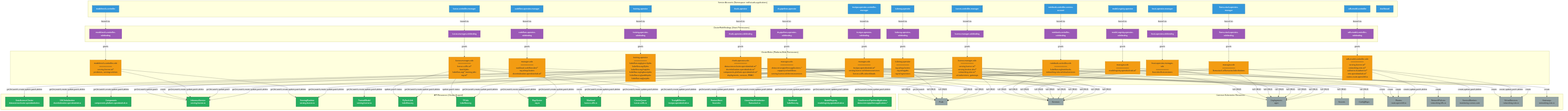
Earlier version of the Mermaid export architecture/rhoai-2.25/diagrams/platform-rbac.png (rhuss/architecture-context). Its source is kept beside it as architecture/rhoai-2.25/diagrams/platform-rbac.mmd.
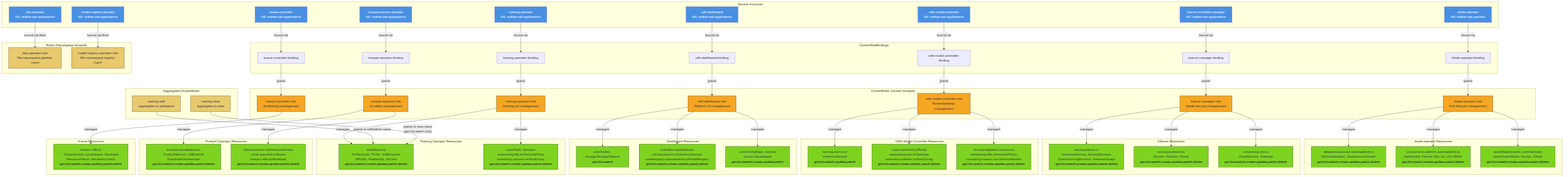
Above is the later version.

What changed in the source:
```diff
@@ -1,293 +1,167 @@
-graph TB
-    subgraph "Service Accounts (Namespace: redhat-ods-applications)"
-        SA_RHODS[rhods-operator]
-        SA_KServe[kserve-controller-manager]
-        SA_ModelCtl[odh-model-controller]
-        SA_ModelMesh[modelmesh-controller]
-        SA_Pipelines[ds-pipelines-operator]
-        SA_ModelReg[model-registry-operator]
-        SA_Training[training-operator]
-        SA_CodeFlare[codeflare-operator-manager]
-        SA_KubeRay[kuberay-operator]
-        SA_Kueue[kueue-controller-manager]
-        SA_TrustyAI[trustyai-operator-controller-manager]
-        SA_Feast[feast-operator-manager]
-        SA_LlamaStack[llama-stack-operator-manager]
-        SA_Notebook[notebook-controller-service-account]
-        SA_Dashboard[dashboard]
+
+graph TD
+    subgraph ServiceAccounts["Service Accounts"]
+        SA_Rhods["rhods-operator<br/>NS: redhat-ods-operator"]
+        SA_Dashboard["odh-dashboard<br/>NS: redhat-ods-applications"]
+        SA_KServe["kserve-controller-manager<br/>NS: redhat-ods-applications"]
+        SA_ODHModel["odh-model-controller<br/>NS: redhat-ods-applications"]
+        SA_Training["training-operator<br/>NS: redhat-ods-applications"]
+        SA_TrustyAI["trustyai-service-operator<br/>NS: redhat-ods-applications"]
+        SA_Kueue["kueue-controller<br/>NS: redhat-ods-applications"]
+        SA_DSP["dsp-operator<br/>NS: redhat-ods-applications"]
+        SA_ModelReg["model-registry-operator<br/>NS: redhat-ods-applications"]
     end
 
-    subgraph "ClusterRoles (Platform-Wide Permissions)"
-        CR_RHODS[rhods-operator-role<br/>═════════<br/>datasciencecluster.opendatahub.io/*<br/>dscinitialization.opendatahub.io/*<br/>components.platform.opendatahub.io/*<br/>deployments, services, RBAC]
-
-        CR_KServe[kserve-manager-role<br/>═════════<br/>serving.kserve.io/*<br/>serving.knative.dev/*<br/>networking.istio.io/*<br/>virtualservices, gateways]
-
-        CR_ModelCtl[odh-model-controller-role<br/>═════════<br/>serving.kserve.io/*<br/>networking.istio.io/*<br/>authorino.kuadrant.io/*<br/>nim.opendatahub.io/*<br/>routes.route.openshift.io]
-
-        CR_ModelMesh[modelmesh-controller-role<br/>═════════<br/>serving.kserve.io/*<br/>predictors, servingruntimes]
-
-        CR_Pipelines[manager-role<br/>═════════<br/>datasciencepipelinesapplications.*<br/>argoproj.io/workflows<br/>serving.kserve.io/inferenceservices]
-
-        CR_Training[training-operator<br/>═════════<br/>kubeflow.org/pytorchjobs<br/>kubeflow.org/tfjobs<br/>kubeflow.org/mpijobs<br/>kubeflow.org/xgboostjobs<br/>kubeflow.org/paddlejobs<br/>kubeflow.org/jaxjobs]
-
-        CR_CodeFlare[manager-role<br/>═════════<br/>workload.codeflare.dev/*<br/>ray.io/rayclusters<br/>dscinitialization.opendatahub.io/*]
-
-        CR_KubeRay[kuberay-operator<br/>═════════<br/>ray.io/rayclusters<br/>ray.io/rayjobs<br/>ray.io/rayservices]
-
-        CR_Kueue[kueue-manager-role<br/>═════════<br/>kueue.x-k8s.io/*<br/>batch/jobs<br/>kubeflow.org/* training jobs<br/>ray.io/*]
-
-        CR_TrustyAI[manager-role<br/>═════════<br/>trustyai.opendatahub.io/*<br/>serving.kserve.io/inferenceservices<br/>kueue.x-k8s.io/workloads]
-
-        CR_Feast[feast-operator-manager-role<br/>═════════<br/>feast.dev/featurestores]
-
-        CR_LlamaStack[manager-role<br/>═════════<br/>llamastack.io/llamastackdistributions]
-
-        CR_Notebook[notebook-controller-role<br/>═════════<br/>kubeflow.org/notebooks<br/>networking.istio.io/virtualservices]
-
-        CR_ModelReg[manager-role<br/>═════════<br/>modelregistry.opendatahub.io/*]
+    subgraph ClusterRoleBindings["ClusterRoleBindings"]
+        CRB_Rhods["rhods-operator-binding"]
+        CRB_Dashboard["odh-dashboard-binding"]
+        CRB_KServe["kserve-manager-binding"]
+        CRB_ODHModel["odh-model-controller-binding"]
+        CRB_Training["training-operator-binding"]
+        CRB_TrustyAI["trustyai-operator-binding"]
+        CRB_Kueue["kueue-controller-binding"]
     end
 
-    subgraph "ClusterRoleBindings (Grant Permissions)"
-        CRB_RHODS[rhods-operator-rolebinding]
-        CRB_KServe[kserve-manager-rolebinding]
-        CRB_ModelCtl[odh-model-controller-rolebinding]
-        CRB_ModelMesh[modelmesh-controller-rolebinding]
-        CRB_Pipelines[ds-pipelines-operator-rolebinding]
-        CRB_Training[training-operator-rolebinding]
-        CRB_CodeFlare[codeflare-operator-rolebinding]
-        CRB_KubeRay[kuberay-operator-rolebinding]
-        CRB_Kueue[kueue-manager-rolebinding]
-        CRB_TrustyAI[trustyai-operator-rolebinding]
-        CRB_Feast[feast-operator-rolebinding]
-        CRB_LlamaStack[llama-stack-operator-rolebinding]
-        CRB_Notebook[notebook-controller-rolebinding]
-        CRB_ModelReg[model-registry-operator-rolebinding]
+    subgraph ClusterRoles["ClusterRoles (Cluster-Scoped)"]
+        CR_Rhods["rhods-operator-role<br/><i>Full lifecycle management</i>"]
+        CR_Dashboard["odh-dashboard-role<br/><i>Platform UI management</i>"]
+        CR_KServe["kserve-manager-role<br/><i>Model serving management</i>"]
+        CR_ODHModel["odh-model-controller-role<br/><i>Route/Gateway management</i>"]
+        CR_Training["training-operator-role<br/><i>Training job management</i>"]
+        CR_TrustyAI["trustyai-operator-role<br/><i>AI safety management</i>"]
+        CR_Kueue["kueue-controller-role<br/><i>Scheduling management</i>"]
     end
 
-    subgraph "API Resources (Cluster-Scoped)"
-        API_DSC[DataScienceCluster<br/>datasciencecluster.opendatahub.io]
-        API_DSCI[DSCInitialization<br/>dscinitialization.opendatahub.io]
-        API_Components[Components<br/>components.platform.opendatahub.io]
-        API_ISVC[InferenceService<br/>serving.kserve.io]
-        API_Runtime[ServingRuntime<br/>serving.kserve.io]
-        API_TrainedModel[TrainedModel<br/>serving.kserve.io]
-        API_PyTorchJob[PyTorchJob<br/>kubeflow.org]
-        API_TFJob[TFJob<br/>kubeflow.org]
-        API_RayCluster[RayCluster<br/>ray.io]
-        API_Workload[Workload<br/>kueue.x-k8s.io]
-        API_ClusterQueue[ClusterQueue<br/>kueue.x-k8s.io]
-        API_TrustyAI[TrustyAIService<br/>trustyai.opendatahub.io]
-        API_FeatureStore[FeatureStore<br/>feast.dev]
-        API_LlamaStack[LlamaStackDistribution<br/>llamastack.io]
-        API_Notebook[Notebook<br/>kubeflow.org]
-        API_ModelRegistry[ModelRegistry<br/>modelregistry.opendatahub.io]
-        API_DSP[DataSciencePipelinesApplication<br/>datasciencepipelinesapplications.*]
+    subgraph NSRoles["Roles (Namespace-Scoped)"]
+        R_DSP["dsp-operator-role<br/><i>Per-namespace pipeline mgmt</i>"]
+        R_ModelReg["model-registry-operator-role<br/><i>Per-namespace registry mgmt</i>"]
     end
 
-    subgraph "Common Kubernetes Resources"
-        K8s_Pods[Pods]
-        K8s_Services[Services]
-        K8s_Deployments[Deployments<br/>apps]
-        K8s_Secrets[Secrets]
-        K8s_ConfigMaps[ConfigMaps]
-        K8s_Routes[Routes<br/>route.openshift.io]
-        K8s_NetworkPolicies[NetworkPolicies<br/>networking.k8s.io]
-        K8s_ServiceMonitors[ServiceMonitors<br/>monitoring.coreos.com]
-        K8s_VirtualServices[VirtualServices<br/>networking.istio.io]
-        K8s_Gateways[Gateways<br/>networking.istio.io]
+    subgraph AggregatedRoles["Aggregated ClusterRoles"]
+        AGG_TrainEdit["training-edit<br/><i>Aggregates to edit/admin</i>"]
+        AGG_TrainView["training-view<br/><i>Aggregates to view</i>"]
     end
 
-    SA_RHODS -->|bound via| CRB_RHODS
+    SA_Rhods -->|bound via| CRB_Rhods
+    SA_Dashboard -->|bound via| CRB_Dashboard
     SA_KServe -->|bound via| CRB_KServe
-    SA_ModelCtl -->|bound via| CRB_ModelCtl
-    SA_ModelMesh -->|bound via| CRB_ModelMesh
-    SA_Pipelines -->|bound via| CRB_Pipelines
+    SA_ODHModel -->|bound via| CRB_ODHModel
     SA_Training -->|bound via| CRB_Training
-    SA_CodeFlare -->|bound via| CRB_CodeFlare
-    SA_KubeRay -->|bound via| CRB_KubeRay
+    SA_TrustyAI -->|bound via| CRB_TrustyAI
     SA_Kueue -->|bound via| CRB_Kueue
-    SA_TrustyAI -->|bound via| CRB_TrustyAI
-    SA_Feast -->|bound via| CRB_Feast
-    SA_LlamaStack -->|bound via| CRB_LlamaStack
-    SA_Notebook -->|bound via| CRB_Notebook
-    SA_ModelReg -->|bound via| CRB_ModelReg
 
-    CRB_RHODS -->|grants| CR_RHODS
+    CRB_Rhods -->|grants| CR_Rhods
+    CRB_Dashboard -->|grants| CR_Dashboard
     CRB_KServe -->|grants| CR_KServe
-    CRB_ModelCtl -->|grants| CR_ModelCtl
-    CRB_ModelMesh -->|grants| CR_ModelMesh
-    CRB_Pipelines -->|grants| CR_Pipelines
+    CRB_ODHModel -->|grants| CR_ODHModel
     CRB_Training -->|grants| CR_Training
-    CRB_CodeFlare -->|grants| CR_CodeFlare
-    CRB_KubeRay -->|grants| CR_KubeRay
+    CRB_TrustyAI -->|grants| CR_TrustyAI
     CRB_Kueue -->|grants| CR_Kueue
-    CRB_TrustyAI -->|grants| CR_TrustyAI
-    CRB_Feast -->|grants| CR_Feast
-    CRB_LlamaStack -->|grants| CR_LlamaStack
-    CRB_Notebook -->|grants| CR_Notebook
-    CRB_ModelReg -->|grants| CR_ModelReg
 
-    CR_RHODS -->|get,list,watch,create,update,patch,delete| API_DSC
-    CR_RHODS -->|get,list,watch,create,update,patch,delete| API_DSCI
-    CR_RHODS -->|get,list,watch,create,update,patch,delete| API_Components
+    SA_DSP -->|bound via Role| R_DSP
+    SA_ModelReg -->|bound via Role| R_ModelReg
 
-    CR_KServe -->|get,list,watch,create,update,patch,delete| API_ISVC
-    CR_KServe -->|get,list,watch,create,update,patch,delete| API_Runtime
-    CR_KServe -->|get,list,watch,create,update,patch,delete| API_TrainedModel
+    subgraph RhodsResources["rhods-operator Resources"]
+        R1["datasciencecluster.opendatahub.io<br/>DSCInitialization, DataScienceCluster<br/><b>get,list,watch,create,update,patch,delete</b>"]
+        R2["components.platform.opendatahub.io<br/>Dashboard, Kserve, Ray, etc. (14 CRDs)<br/><b>get,list,watch,create,update,patch,delete</b>"]
+        R3["apps/Deployments, core/Services<br/>rbac/ClusterRoles, Routes, OAuth<br/><b>get,list,watch,create,update,patch,delete</b>"]
+    end
 
-    CR_ModelCtl -->|get,list,watch,update,patch| API_ISVC
+    CR_Rhods -->|manages| R1
+    CR_Rhods -->|manages| R2
+    CR_Rhods -->|manages| R3
 
-    CR_ModelMesh -->|get,list,watch,create,update,patch,delete| API_ISVC
-    CR_ModelMesh -->|get,list,watch,create,update,patch,delete| API_Runtime
+    subgraph KServeResources["KServe Resources"]
+        K1["serving.kserve.io<br/>InferenceService, ServingRuntime<br/>ClusterServingRuntime, InferenceGraph<br/><b>get,list,watch,create,update,patch,delete</b>"]
+        K2["serving.knative.dev<br/>Service, Revision, Route<br/><b>get,list,watch,create,update,patch,delete</b>"]
+        K3["networking.istio.io<br/>VirtualService, Gateway<br/><b>get,list,watch,create,update,patch,delete</b>"]
+    end
 
-    CR_Pipelines -->|get,list,watch,create,update,patch,delete| API_DSP
-    CR_Pipelines -->|create| API_ISVC
+    CR_KServe -->|manages| K1
+    CR_KServe -->|manages| K2
+    CR_KServe -->|manages| K3
 
-    CR_Training -->|get,list,watch,create,update,patch,delete| API_PyTorchJob
-    CR_Training -->|get,list,watch,create,update,patch,delete| API_TFJob
+    subgraph ODHModelResources["ODH Model Controller Resources"]
+        M1["serving.kserve.io<br/>InferenceService<br/><b>get,list,watch,update,patch</b>"]
+        M2["route.openshift.io/Route<br/>networking.istio.io/Gateway<br/>authorino.kuadrant.io/AuthConfig<br/><b>get,list,watch,create,update,patch,delete</b>"]
+        M3["nim.opendatahub.io/Account<br/>networking.k8s.io/NetworkPolicy<br/>monitoring.coreos.com/ServiceMonitor<br/><b>get,list,watch,create,update,patch,delete</b>"]
+    end
 
-    CR_CodeFlare -->|get,list,watch,create,update,patch,delete| API_RayCluster
+    CR_ODHModel -->|manages| M1
+    CR_ODHModel -->|manages| M2
+    CR_ODHModel -->|manages| M3
 
-    CR_KubeRay -->|get,list,watch,create,update,patch,delete| API_RayCluster
+    subgraph DashboardResources["Dashboard Resources"]
+        D1["core/Nodes, storage/StorageClasses<br/><b>get,list,watch</b>"]
+        D2["kubeflow.org/Notebook<br/>serving.kserve.io/InferenceService<br/>modelregistry.opendatahub.io/ModelRegistry<br/><b>get,list,watch,create,update,patch,delete</b>"]
+        D3["core/ConfigMaps, Secrets<br/>(cross-namespace)<br/><b>get,list,watch,create,update,patch</b>"]
+    end
 
-    CR_Kueue -->|get,list,watch,create,update,patch,delete| API_Workload
-    CR_Kueue -->|get,list,watch,create,update,patch,delete| API_ClusterQueue
-    CR_Kueue -->|update,patch status| API_PyTorchJob
-    CR_Kueue -->|update,patch status| API_TFJob
+    CR_Dashboard -->|manages| D1
+    CR_Dashboard -->|manages| D2
+    CR_Dashboard -->|manages| D3
 
-    CR_TrustyAI -->|get,list,watch,create,update,patch,delete| API_TrustyAI
-    CR_TrustyAI -->|get,list,watch,update,patch| API_ISVC
-    CR_TrustyAI -->|create| API_Workload
+    subgraph TrainingResources["Training Operator Resources"]
+        T1["kubeflow.org<br/>PyTorchJob, TFJob, XGBoostJob<br/>MPIJob, PaddleJob, JAXJob<br/><b>get,list,watch,create,update,patch,delete</b>"]
+        T2["core/Pods, Services<br/>networking.k8s.io/NetworkPolicy<br/>scheduling.volcano.sh/PodGroup<br/><b>get,list,watch,create,update,patch,delete</b>"]
+    end
 
-    CR_Feast -->|get,list,watch,create,update,patch,delete| API_FeatureStore
+    CR_Training -->|manages| T1
+    CR_Training -->|manages| T2
 
-    CR_LlamaStack -->|get,list,watch,create,update,patch,delete| API_LlamaStack
+    AGG_TrainEdit -->|"grants to edit/admin users"| T1
+    AGG_TrainView -->|"grants to view users<br/>(get,list,watch only)"| T1
 
-    CR_Notebook -->|get,list,watch,create,update,patch,delete| API_Notebook
+    subgraph TrustyAIResources["TrustyAI Operator Resources"]
+        TA1["trustyai.opendatahub.io<br/>TrustyAIService, LMEvalJob<br/>GuardrailsOrchestrator<br/><b>get,list,watch,create,update,patch,delete</b>"]
+        TA2["serving.kserve.io/InferenceService<br/>route.openshift.io/Route<br/>kueue.x-k8s.io/Workload<br/><b>get,list,watch,create,update,patch,delete</b>"]
+    end
 
-    CR_ModelReg -->|get,list,watch,create,update,patch,delete| API_ModelRegistry
+    CR_TrustyAI -->|manages| TA1
+    CR_TrustyAI -->|manages| TA2
 
-    CR_RHODS -->|full CRUD| K8s_Deployments
-    CR_RHODS -->|full CRUD| K8s_Services
-    CR_RHODS -->|full CRUD| K8s_Secrets
-    CR_RHODS -->|full CRUD| K8s_ConfigMaps
+    subgraph KueueResources["Kueue Resources"]
+        KQ1["kueue.x-k8s.io<br/>ClusterQueue, LocalQueue, Workload<br/>ResourceFlavor, AdmissionCheck<br/><b>get,list,watch,create,update,patch,delete</b>"]
+    end
 
-    CR_KServe -->|full CRUD| K8s_Pods
-    CR_KServe -->|full CRUD| K8s_Services
-    CR_KServe -->|full CRUD| K8s_Deployments
-    CR_KServe -->|create| K8s_VirtualServices
-    CR_KServe -->|create| K8s_Gateways
+    CR_Kueue -->|manages| KQ1
 
-    CR_ModelCtl -->|create,update,patch,delete| K8s_Routes
-    CR_ModelCtl -->|create,update,patch,delete| K8s_VirtualServices
-    CR_ModelCtl -->|create,update,patch,delete| K8s_ServiceMonitors
+    style SA_Rhods fill:#4a90e2,color:#fff
+    style SA_Dashboard fill:#4a90e2,color:#fff
+    style SA_KServe fill:#4a90e2,color:#fff
+    style SA_ODHModel fill:#4a90e2,color:#fff
+    style SA_Training fill:#4a90e2,color:#fff
+    style SA_TrustyAI fill:#4a90e2,color:#fff
+    style SA_Kueue fill:#4a90e2,color:#fff
+    style SA_DSP fill:#4a90e2,color:#fff
+    style SA_ModelReg fill:#4a90e2,color:#fff
 
-    CR_Pipelines -->|full CRUD| K8s_Pods
-    CR_Pipelines -->|full CRUD| K8s_Deployments
-    CR_Pipelines -->|full CRUD| K8s_Services
+    style CR_Rhods fill:#f5a623,stroke:#333
+    style CR_Dashboard fill:#f5a623,stroke:#333
+    style CR_KServe fill:#f5a623,stroke:#333
+    style CR_ODHModel fill:#f5a623,stroke:#333
+    style CR_Training fill:#f5a623,stroke:#333
+    style CR_TrustyAI fill:#f5a623,stroke:#333
+    style CR_Kueue fill:#f5a623,stroke:#333
+    style R_DSP fill:#e8c96e,stroke:#333
+    style R_ModelReg fill:#e8c96e,stroke:#333
+    style AGG_TrainEdit fill:#e8c96e,stroke:#333
+    style AGG_TrainView fill:#e8c96e,stroke:#333
 
-    CR_Training -->|full CRUD| K8s_Pods
-    CR_Training -->|full CRUD| K8s_Services
-
-    CR_CodeFlare -->|full CRUD| K8s_Pods
-
-    CR_KubeRay -->|full CRUD| K8s_Pods
-    CR_KubeRay -->|full CRUD| K8s_Services
-    CR_KubeRay -->|full CRUD| K8s_Deployments
-
-    CR_Kueue -->|get,list,watch| K8s_Pods
-
-    CR_TrustyAI -->|full CRUD| K8s_Deployments
-    CR_TrustyAI -->|full CRUD| K8s_Services
-    CR_TrustyAI -->|create| K8s_Routes
-
-    CR_Feast -->|full CRUD| K8s_Deployments
-    CR_Feast -->|full CRUD| K8s_Services
-    CR_Feast -->|create| K8s_Routes
-
-    CR_LlamaStack -->|full CRUD| K8s_Deployments
-    CR_LlamaStack -->|full CRUD| K8s_Services
-    CR_LlamaStack -->|create| K8s_NetworkPolicies
-
-    CR_Notebook -->|full CRUD| K8s_Pods
-    CR_Notebook -->|full CRUD| K8s_Services
-    CR_Notebook -->|create| K8s_VirtualServices
-
-    CR_ModelReg -->|full CRUD| K8s_Deployments
-    CR_ModelReg -->|full CRUD| K8s_Services
-    CR_ModelReg -->|create| K8s_Routes
-
-    style SA_RHODS fill:#3498db,stroke:#2980b9,stroke-width:2px,color:#fff
-    style SA_KServe fill:#3498db,stroke:#2980b9,stroke-width:2px,color:#fff
-    style SA_ModelCtl fill:#3498db,stroke:#2980b9,stroke-width:2px,color:#fff
-    style SA_ModelMesh fill:#3498db,stroke:#2980b9,stroke-width:2px,color:#fff
-    style SA_Pipelines fill:#3498db,stroke:#2980b9,stroke-width:2px,color:#fff
-    style SA_ModelReg fill:#3498db,stroke:#2980b9,stroke-width:2px,color:#fff
-    style SA_Training fill:#3498db,stroke:#2980b9,stroke-width:2px,color:#fff
-    style SA_CodeFlare fill:#3498db,stroke:#2980b9,stroke-width:2px,color:#fff
-    style SA_KubeRay fill:#3498db,stroke:#2980b9,stroke-width:2px,color:#fff
-    style SA_Kueue fill:#3498db,stroke:#2980b9,stroke-width:2px,color:#fff
-    style SA_TrustyAI fill:#3498db,stroke:#2980b9,stroke-width:2px,color:#fff
-    style SA_Feast fill:#3498db,stroke:#2980b9,stroke-width:2px,color:#fff
-    style SA_LlamaStack fill:#3498db,stroke:#2980b9,stroke-width:2px,color:#fff
-    style SA_Notebook fill:#3498db,stroke:#2980b9,stroke-width:2px,color:#fff
-    style SA_Dashboard fill:#3498db,stroke:#2980b9,stroke-width:2px,color:#fff
-
-    style CR_RHODS fill:#f39c12,stroke:#d68910,stroke-width:2px
-    style CR_KServe fill:#f39c12,stroke:#d68910,stroke-width:2px
-    style CR_ModelCtl fill:#f39c12,stroke:#d68910,stroke-width:2px
-    style CR_ModelMesh fill:#f39c12,stroke:#d68910,stroke-width:2px
-    style CR_Pipelines fill:#f39c12,stroke:#d68910,stroke-width:2px
-    style CR_Training fill:#f39c12,stroke:#d68910,stroke-width:2px
-    style CR_CodeFlare fill:#f39c12,stroke:#d68910,stroke-width:2px
-    style CR_KubeRay fill:#f39c12,stroke:#d68910,stroke-width:2px
-    style CR_Kueue fill:#f39c12,stroke:#d68910,stroke-width:2px
-    style CR_TrustyAI fill:#f39c12,stroke:#d68910,stroke-width:2px
-    style CR_Feast fill:#f39c12,stroke:#d68910,stroke-width:2px
-    style CR_LlamaStack fill:#f39c12,stroke:#d68910,stroke-width:2px
-    style CR_Notebook fill:#f39c12,stroke:#d68910,stroke-width:2px
-    style CR_ModelReg fill:#f39c12,stroke:#d68910,stroke-width:2px
-
-    style CRB_RHODS fill:#9b59b6,stroke:#8e44ad,stroke-width:2px,color:#fff
-    style CRB_KServe fill:#9b59b6,stroke:#8e44ad,stroke-width:2px,color:#fff
-    style CRB_ModelCtl fill:#9b59b6,stroke:#8e44ad,stroke-width:2px,color:#fff
-    style CRB_ModelMesh fill:#9b59b6,stroke:#8e44ad,stroke-width:2px,color:#fff
-    style CRB_Pipelines fill:#9b59b6,stroke:#8e44ad,stroke-width:2px,color:#fff
-    style CRB_Training fill:#9b59b6,stroke:#8e44ad,stroke-width:2px,color:#fff
-    style CRB_CodeFlare fill:#9b59b6,stroke:#8e44ad,stroke-width:2px,color:#fff
-    style CRB_KubeRay fill:#9b59b6,stroke:#8e44ad,stroke-width:2px,color:#fff
-    style CRB_Kueue fill:#9b59b6,stroke:#8e44ad,stroke-width:2px,color:#fff
-    style CRB_TrustyAI fill:#9b59b6,stroke:#8e44ad,stroke-width:2px,color:#fff
-    style CRB_Feast fill:#9b59b6,stroke:#8e44ad,stroke-width:2px,color:#fff
-    style CRB_LlamaStack fill:#9b59b6,stroke:#8e44ad,stroke-width:2px,color:#fff
-    style CRB_Notebook fill:#9b59b6,stroke:#8e44ad,stroke-width:2px,color:#fff
-    style CRB_ModelReg fill:#9b59b6,stroke:#8e44ad,stroke-width:2px,color:#fff
-
-    style API_DSC fill:#27ae60,stroke:#1e8449,stroke-width:2px,color:#fff
-    style API_DSCI fill:#27ae60,stroke:#1e8449,stroke-width:2px,color:#fff
-    style API_Components fill:#27ae60,stroke:#1e8449,stroke-width:2px,color:#fff
-    style API_ISVC fill:#27ae60,stroke:#1e8449,stroke-width:2px,color:#fff
-    style API_Runtime fill:#27ae60,stroke:#1e8449,stroke-width:2px,color:#fff
-    style API_TrainedModel fill:#27ae60,stroke:#1e8449,stroke-width:2px,color:#fff
-    style API_PyTorchJob fill:#27ae60,stroke:#1e8449,stroke-width:2px,color:#fff
-    style API_TFJob fill:#27ae60,stroke:#1e8449,stroke-width:2px,color:#fff
-    style API_RayCluster fill:#27ae60,stroke:#1e8449,stroke-width:2px,color:#fff
-    style API_Workload fill:#27ae60,stroke:#1e8449,stroke-width:2px,color:#fff
-    style API_ClusterQueue fill:#27ae60,stroke:#1e8449,stroke-width:2px,color:#fff
-    style API_TrustyAI fill:#27ae60,stroke:#1e8449,stroke-width:2px,color:#fff
-    style API_FeatureStore fill:#27ae60,stroke:#1e8449,stroke-width:2px,color:#fff
-    style API_LlamaStack fill:#27ae60,stroke:#1e8449,stroke-width:2px,color:#fff
-    style API_Notebook fill:#27ae60,stroke:#1e8449,stroke-width:2px,color:#fff
-    style API_ModelRegistry fill:#27ae60,stroke:#1e8449,stroke-width:2px,color:#fff
-    style API_DSP fill:#27ae60,stroke:#1e8449,stroke-width:2px,color:#fff
-
-    style K8s_Pods fill:#95a5a6,stroke:#7f8c8d,stroke-width:2px
-    style K8s_Services fill:#95a5a6,stroke:#7f8c8d,stroke-width:2px
-    style K8s_Deployments fill:#95a5a6,stroke:#7f8c8d,stroke-width:2px
-    style K8s_Secrets fill:#95a5a6,stroke:#7f8c8d,stroke-width:2px
-    style K8s_ConfigMaps fill:#95a5a6,stroke:#7f8c8d,stroke-width:2px
-    style K8s_Routes fill:#95a5a6,stroke:#7f8c8d,stroke-width:2px
-    style K8s_NetworkPolicies fill:#95a5a6,stroke:#7f8c8d,stroke-width:2px
-    style K8s_ServiceMonitors fill:#95a5a6,stroke:#7f8c8d,stroke-width:2px
-    style K8s_VirtualServices fill:#95a5a6,stroke:#7f8c8d,stroke-width:2px
-    style K8s_Gateways fill:#95a5a6,stroke:#7f8c8d,stroke-width:2px
+    style R1 fill:#7ed321,stroke:#333
+    style R2 fill:#7ed321,stroke:#333
+    style R3 fill:#7ed321,stroke:#333
+    style K1 fill:#7ed321,stroke:#333
+    style K2 fill:#7ed321,stroke:#333
+    style K3 fill:#7ed321,stroke:#333
+    style M1 fill:#7ed321,stroke:#333
+    style M2 fill:#7ed321,stroke:#333
+    style M3 fill:#7ed321,stroke:#333
+    style D1 fill:#7ed321,stroke:#333
+    style D2 fill:#7ed321,stroke:#333
+    style D3 fill:#7ed321,stroke:#333
+    style T1 fill:#7ed321,stroke:#333
+    style T2 fill:#7ed321,stroke:#333
+    style TA1 fill:#7ed321,stroke:#333
+    style TA2 fill:#7ed321,stroke:#333
+    style KQ1 fill:#7ed321,stroke:#333
```
